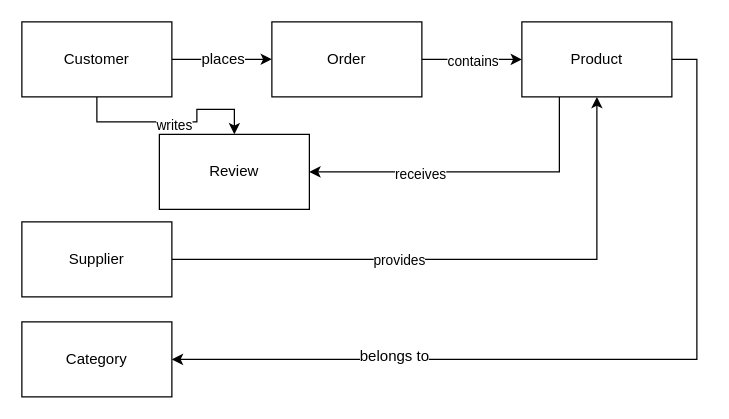
This is 3-data-modeling/fundamentals/data-modeling-types/conceptual diagram e-commerce.drawio from Niginairgash/de-journey, a draw.io file, before an edit. Source tidied: cells renumbered, new cells numbered last; positions are measured from the earlier drawing's top-left corner, leaving out a move shared by most shapes. Both pictures are drawn from the tidied source at 125%, with x=0, y=0 at pixel (21, 21).
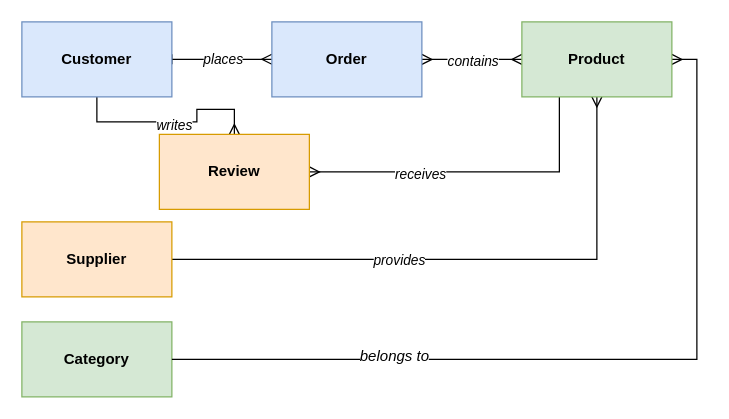
Above is the later version.

What changed in the source:
```diff
@@
-    <mxCell id="2" style="edgeStyle=orthogonalEdgeStyle;rounded=0;orthogonalLoop=1;jettySize=auto;html=1;entryX=0;entryY=0.5;entryDx=0;entryDy=0;flowAnimation=0;shadow=0;" parent="1" edge="1">
+    <mxCell id="2" style="rounded=0;orthogonalLoop=1;jettySize=auto;html=1;entryX=0;entryY=0.5;entryDx=0;entryDy=0;flowAnimation=0;shadow=0;endArrow=ERmany;endFill=0;startArrow=baseDash;startFill=0;" parent="1" edge="1">
       <mxGeometry relative="1" as="geometry">
         <mxPoint x="120" y="29.9" as="sourcePoint" />
         <mxPoint x="200" y="29.9" as="targetPoint" />
       </mxGeometry>
     </mxCell>
-    <mxCell id="3" value="&lt;font style=&quot;font-size: 12px; line-height: 100%;&quot;&gt;places&lt;/font&gt;" style="edgeLabel;html=1;align=center;verticalAlign=middle;" parent="2" vertex="1">
+    <mxCell id="3" value="&lt;font style=&quot;line-height: 100%;&quot;&gt;places&lt;/font&gt;" style="edgeLabel;html=1;align=center;verticalAlign=middle;fontStyle=2;fontSize=11;" parent="2" vertex="1">
       <mxGeometry x="0.11" y="-3" relative="1" as="geometry">
         <mxPoint x="-4" y="-3" as="offset" />
       </mxGeometry>
     </mxCell>
-    <mxCell id="4" style="edgeStyle=orthogonalEdgeStyle;rounded=0;jettySize=auto;html=1;exitX=0.5;exitY=1;exitDx=0;exitDy=0;entryX=0.5;entryY=0;entryDx=0;entryDy=0;" parent="1" edge="1" source="6" target="19">
+    <mxCell id="4" style="edgeStyle=orthogonalEdgeStyle;rounded=0;jettySize=auto;html=1;exitX=0.5;exitY=1;exitDx=0;exitDy=0;entryX=0.5;entryY=0;entryDx=0;entryDy=0;endArrow=ERmany;endFill=0;" parent="1" edge="1" source="6" target="19">
       <mxGeometry relative="1" as="geometry" />
     </mxCell>
-    <mxCell id="5" value="writes" style="edgeLabel;html=1;align=center;verticalAlign=middle;" parent="4" vertex="1">
+    <mxCell id="5" value="writes" style="edgeLabel;html=1;align=center;verticalAlign=middle;fontStyle=2;" parent="4" vertex="1">
       <mxGeometry x="0.01" y="-2" relative="1" as="geometry" />
     </mxCell>
-    <mxCell id="6" value="Customer" style="rounded=0;whiteSpace=wrap;html=1;" parent="1" vertex="1">
+    <mxCell id="6" value="&lt;b&gt;Customer&lt;/b&gt;" style="rounded=0;whiteSpace=wrap;html=1;fillColor=#dae8fc;strokeColor=#6c8ebf;" parent="1" vertex="1">
       <mxGeometry width="120" height="60" as="geometry" />
     </mxCell>
-    <mxCell id="7" value="Category" style="rounded=0;whiteSpace=wrap;html=1;" parent="1" vertex="1">
+    <mxCell id="7" value="&lt;b&gt;Category&lt;/b&gt;" style="rounded=0;whiteSpace=wrap;html=1;fillColor=#d5e8d4;strokeColor=#82b366;" parent="1" vertex="1">
       <mxGeometry y="240" width="120" height="60" as="geometry" />
     </mxCell>
-    <mxCell id="8" style="edgeStyle=orthogonalEdgeStyle;rounded=0;jettySize=auto;html=1;exitX=1;exitY=0.5;exitDx=0;exitDy=0;entryX=0;entryY=0.5;entryDx=0;entryDy=0;" parent="1" edge="1" source="10" target="18">
+    <mxCell id="8" style="edgeStyle=orthogonalEdgeStyle;rounded=0;jettySize=auto;html=1;exitX=1;exitY=0.5;exitDx=0;exitDy=0;entryX=0;entryY=0.5;entryDx=0;entryDy=0;endArrow=ERmany;endFill=0;startArrow=ERmany;startFill=0;" parent="1" edge="1" source="10" target="18">
       <mxGeometry relative="1" as="geometry" />
     </mxCell>
-    <mxCell id="9" value="contains" style="edgeLabel;html=1;align=center;verticalAlign=middle;" parent="8" vertex="1">
+    <mxCell id="9" value="contains" style="edgeLabel;html=1;align=center;verticalAlign=middle;fontStyle=2;" parent="8" vertex="1">
       <mxGeometry x="0.01" y="-1" relative="1" as="geometry" />
     </mxCell>
-    <mxCell id="10" value="Order" style="rounded=0;whiteSpace=wrap;html=1;" parent="1" vertex="1">
+    <mxCell id="10" value="&lt;b&gt;Order&lt;/b&gt;" style="rounded=0;whiteSpace=wrap;html=1;fillColor=#dae8fc;strokeColor=#6c8ebf;" parent="1" vertex="1">
       <mxGeometry x="200" width="120" height="60" as="geometry" />
     </mxCell>
-    <mxCell id="11" style="edgeStyle=orthogonalEdgeStyle;rounded=0;jettySize=auto;html=1;exitX=1;exitY=0.5;exitDx=0;exitDy=0;entryX=0.5;entryY=1;entryDx=0;entryDy=0;" parent="1" edge="1" source="13" target="18">
+    <mxCell id="11" style="edgeStyle=orthogonalEdgeStyle;rounded=0;jettySize=auto;html=1;exitX=1;exitY=0.5;exitDx=0;exitDy=0;entryX=0.5;entryY=1;entryDx=0;entryDy=0;endArrow=ERmany;endFill=0;" parent="1" edge="1" source="13" target="18">
       <mxGeometry relative="1" as="geometry" />
     </mxCell>
-    <mxCell id="12" value="provides" style="edgeLabel;html=1;align=center;verticalAlign=middle;" parent="11" vertex="1">
+    <mxCell id="12" value="provides" style="edgeLabel;html=1;align=center;verticalAlign=middle;fontStyle=2;" parent="11" vertex="1">
       <mxGeometry x="-0.39" y="-1" relative="1" as="geometry">
         <mxPoint x="38" y="-1" as="offset" />
       </mxGeometry>
     </mxCell>
-    <mxCell id="13" value="Supplier" style="rounded=0;whiteSpace=wrap;html=1;" parent="1" vertex="1">
+    <mxCell id="13" value="&lt;b&gt;Supplier&lt;/b&gt;" style="rounded=0;whiteSpace=wrap;html=1;fillColor=#ffe6cc;strokeColor=#d79b00;" parent="1" vertex="1">
       <mxGeometry y="160" width="120" height="60" as="geometry" />
     </mxCell>
-    <mxCell id="14" style="edgeStyle=orthogonalEdgeStyle;rounded=0;jettySize=auto;html=1;exitX=1;exitY=0.5;exitDx=0;exitDy=0;entryX=1;entryY=0.5;entryDx=0;entryDy=0;" parent="1" edge="1" source="18" target="7">
+    <mxCell id="14" style="edgeStyle=orthogonalEdgeStyle;rounded=0;jettySize=auto;html=1;exitX=1;exitY=0.5;exitDx=0;exitDy=0;entryX=1;entryY=0.5;entryDx=0;entryDy=0;endArrow=none;endFill=0;startArrow=ERmany;startFill=0;" parent="1" edge="1" source="18" target="7">
       <mxGeometry relative="1" as="geometry" />
     </mxCell>
-    <mxCell id="15" value="&lt;font style=&quot;font-size: 12px;&quot;&gt;belongs to&lt;/font&gt;" style="edgeLabel;html=1;align=center;verticalAlign=middle;" parent="14" vertex="1">
+    <mxCell id="15" value="&lt;font style=&quot;font-size: 12px;&quot;&gt;belongs to&lt;/font&gt;" style="edgeLabel;html=1;align=center;verticalAlign=middle;fontStyle=2;" parent="14" vertex="1">
       <mxGeometry x="0.48" y="-3" relative="1" as="geometry" />
     </mxCell>
-    <mxCell id="16" style="edgeStyle=orthogonalEdgeStyle;rounded=0;jettySize=auto;html=1;exitX=0.25;exitY=1;exitDx=0;exitDy=0;entryX=1;entryY=0.5;entryDx=0;entryDy=0;" parent="1" edge="1" source="18" target="19">
+    <mxCell id="16" style="edgeStyle=orthogonalEdgeStyle;rounded=0;jettySize=auto;html=1;exitX=0.25;exitY=1;exitDx=0;exitDy=0;entryX=1;entryY=0.5;entryDx=0;entryDy=0;endArrow=ERmany;endFill=0;" parent="1" edge="1" source="18" target="19">
       <mxGeometry relative="1" as="geometry" />
     </mxCell>
-    <mxCell id="17" value="receives" style="edgeLabel;html=1;align=center;verticalAlign=middle;" parent="16" vertex="1">
+    <mxCell id="17" value="receives" style="edgeLabel;html=1;align=center;verticalAlign=middle;fontStyle=2;" parent="16" vertex="1">
       <mxGeometry x="0.32" y="1" relative="1" as="geometry" />
     </mxCell>
-    <mxCell id="18" value="Product" style="rounded=0;whiteSpace=wrap;html=1;" parent="1" vertex="1">
+    <mxCell id="18" value="&lt;b&gt;Product&lt;/b&gt;" style="rounded=0;whiteSpace=wrap;html=1;fillColor=#d5e8d4;strokeColor=#82b366;" parent="1" vertex="1">
       <mxGeometry x="400" width="120" height="60" as="geometry" />
     </mxCell>
-    <mxCell id="19" value="Review" style="rounded=0;whiteSpace=wrap;html=1;" parent="1" vertex="1">
+    <mxCell id="19" value="&lt;b&gt;Review&lt;/b&gt;" style="rounded=0;whiteSpace=wrap;html=1;fillColor=#ffe6cc;strokeColor=#d79b00;" parent="1" vertex="1">
       <mxGeometry x="110" y="90" width="120" height="60" as="geometry" />
     </mxCell>
```
